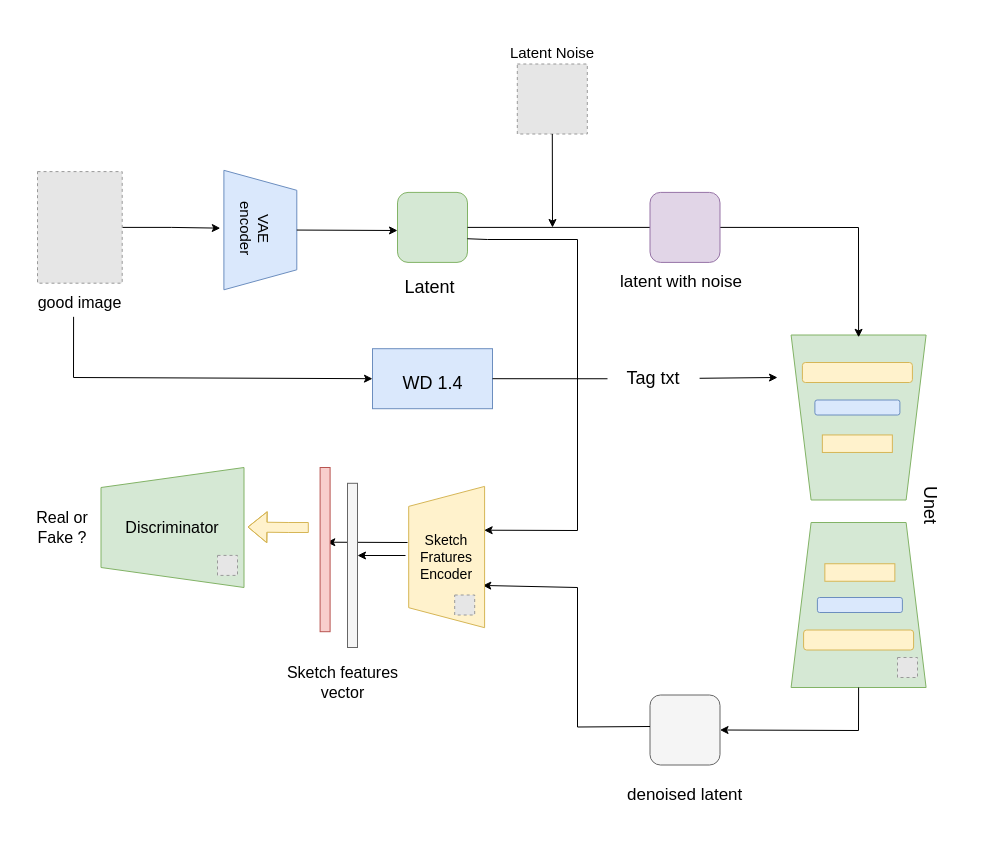
Earlier version of the draw.io diagram drawio/2025.03.04.drawio (Sinon0919/SwartArt). Source tidied: cells renumbered, new cells numbered last; positions are measured from the earlier drawing's top-left corner, leaving out a move shared by most shapes. Both pictures are drawn from the tidied source at 100%, with x=0, y=0 at pixel (17, 17). Pictures stored in the file or linked from it are replaced by grey dashed boxes.
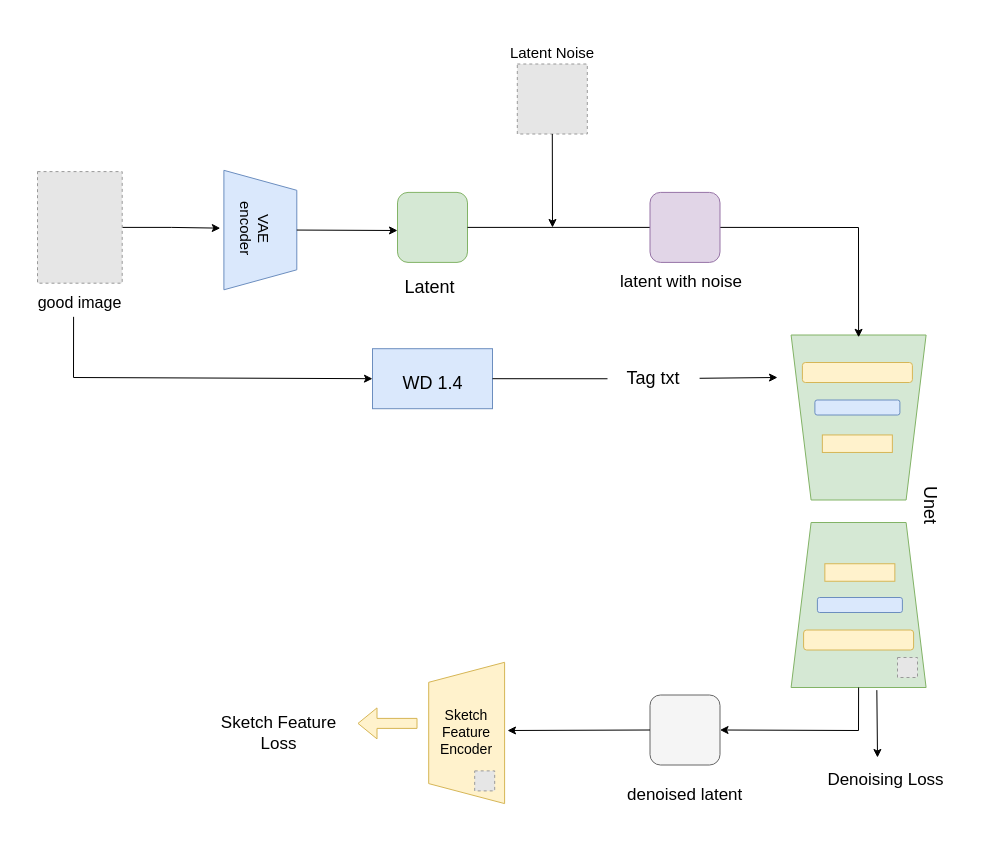
After the change.

Unchanged cells that the change refers to:
```xml
<mxCell id="9" style="rounded=1;whiteSpace=wrap;html=1;fillColor=#d5e8d4;strokeColor=#82b366;" parent="1" vertex="1">
  <mxGeometry x="380" y="174.9" width="70" height="70" as="geometry" />
</mxCell>
<mxCell id="14" style="rounded=1;whiteSpace=wrap;html=1;fillColor=#f5f5f5;strokeColor=#666666;fontColor=#333333;" parent="1" vertex="1">
  <mxGeometry x="632.5" y="677.5" width="70" height="70" as="geometry" />
</mxCell>
<mxCell id="20" style="shape=trapezoid;perimeter=trapezoidPerimeter;whiteSpace=wrap;html=1;fixedSize=1;rotation=90;fillColor=#d5e8d4;strokeColor=#82b366;direction=north;" parent="1" vertex="1">
  <mxGeometry x="758.6" y="520" width="165" height="135" as="geometry" />
</mxCell>
```

Diff of the diagram source:
```diff
@@
-    <mxCell id="26" style="endArrow=classic;html=1;rounded=0;exitX=0;exitY=0.5;exitDx=0;exitDy=0;entryX=0.299;entryY=0.976;entryDx=0;entryDy=0;entryPerimeter=0;" parent="1" edge="1" target="32">
-      <mxGeometry relative="1" as="geometry">
-        <mxPoint x="632.5" y="709" as="sourcePoint" />
-        <Array as="points">
-          <mxPoint x="560" y="709.5" />
-          <mxPoint x="560" y="570" />
-        </Array>
-      </mxGeometry>
-    </mxCell>
-    <mxCell id="27" style="shape=trapezoid;perimeter=trapezoidPerimeter;whiteSpace=wrap;html=1;fixedSize=1;direction=north;fillColor=#d5e8d4;strokeColor=#82b366;" parent="1" vertex="1">
-      <mxGeometry x="83.5" y="450" width="143" height="120" as="geometry" />
-    </mxCell>
-    <mxCell id="28" value="&lt;font style=&quot;font-size: 16px;&quot;&gt;Discriminator&lt;/font&gt;" style="text;strokeColor=none;align=center;fillColor=none;html=1;verticalAlign=middle;whiteSpace=wrap;rounded=0;" parent="1" vertex="1">
-      <mxGeometry x="90" y="488.1" width="130" height="43.8" as="geometry" />
-    </mxCell>
-    <mxCell id="29" value="&lt;font style=&quot;font-size: 16px;&quot;&gt;Real or Fake ?&lt;/font&gt;" style="text;strokeColor=none;align=center;fillColor=none;html=1;verticalAlign=middle;whiteSpace=wrap;rounded=0;" parent="1" vertex="1">
-      <mxGeometry y="475" width="90" height="70" as="geometry" />
-    </mxCell>
-    <mxCell id="30" style="endArrow=classic;html=1;rounded=0;exitX=0.998;exitY=0.662;exitDx=0;exitDy=0;exitPerimeter=0;entryX=0.69;entryY=0.994;entryDx=0;entryDy=0;entryPerimeter=0;" parent="1" edge="1" source="9" target="32">
-      <mxGeometry relative="1" as="geometry">
-        <Array as="points">
-          <mxPoint x="470" y="222" />
-          <mxPoint x="560" y="222" />
-          <mxPoint x="560" y="513" />
-        </Array>
-      </mxGeometry>
-    </mxCell>
@@
     <mxCell id="32" style="shape=trapezoid;perimeter=trapezoidPerimeter;whiteSpace=wrap;html=1;fixedSize=1;rotation=90;fillColor=#fff2cc;strokeColor=#d6b656;direction=west;" parent="1" vertex="1">
-      <mxGeometry x="358.5" y="501.6" width="141.3" height="75.9" as="geometry" />
+      <mxGeometry x="378.5" y="677.5" width="141.3" height="75.9" as="geometry" />
     </mxCell>
-    <mxCell id="33" value="&lt;font style=&quot;font-size: 14px;&quot;&gt;Sketch&lt;/font&gt;&lt;div&gt;&lt;font style=&quot;font-size: 14px;&quot;&gt;Fratures Encoder&lt;/font&gt;&lt;/div&gt;" style="text;strokeColor=none;align=center;fillColor=none;html=1;verticalAlign=middle;whiteSpace=wrap;rounded=0;textDirection=rtl;direction=west;" parent="1" vertex="1">
-      <mxGeometry x="401.2" y="522.5" width="56" height="34.1" as="geometry" />
+    <mxCell id="33" value="&lt;font style=&quot;font-size: 14px;&quot;&gt;Sketch&lt;/font&gt;&lt;div&gt;&lt;font style=&quot;font-size: 14px;&quot;&gt;Feature Encoder&lt;/font&gt;&lt;/div&gt;" style="text;strokeColor=none;align=center;fillColor=none;html=1;verticalAlign=middle;whiteSpace=wrap;rounded=0;textDirection=rtl;direction=west;" parent="1" vertex="1">
+      <mxGeometry x="421.2" y="698.4" width="56" height="34.1" as="geometry" />
     </mxCell>
-    <mxCell id="34" style="endArrow=classic;html=1;rounded=0;exitX=0.511;exitY=-0.042;exitDx=0;exitDy=0;exitPerimeter=0;" parent="1" edge="1" source="32">
-      <mxGeometry relative="1" as="geometry">
-        <mxPoint x="340" y="538" as="targetPoint" />
-      </mxGeometry>
-    </mxCell>
-    <mxCell id="35" value="&lt;font style=&quot;font-size: 16px;&quot;&gt;Sketch features vector&lt;/font&gt;" style="text;strokeColor=none;align=center;fillColor=none;html=1;verticalAlign=middle;whiteSpace=wrap;rounded=0;" parent="1" vertex="1">
-      <mxGeometry x="258.5" y="630" width="132.8" height="70" as="geometry" />
-    </mxCell>
-    <mxCell id="36" style="endArrow=classic;html=1;rounded=0;entryX=0.545;entryY=0.669;entryDx=0;entryDy=0;entryPerimeter=0;" parent="1" edge="1" target="38">
-      <mxGeometry relative="1" as="geometry">
-        <mxPoint x="390" y="525" as="sourcePoint" />
-      </mxGeometry>
-    </mxCell>
-    <mxCell id="37" style="rounded=0;whiteSpace=wrap;html=1;rotation=-180;fillColor=#f5f5f5;strokeColor=#666666;direction=south;fontColor=#333333;" parent="1" vertex="1">
-      <mxGeometry x="330" y="465.8" width="10" height="164.2" as="geometry" />
-    </mxCell>
-    <mxCell id="38" style="rounded=0;whiteSpace=wrap;html=1;rotation=-180;fillColor=#f8cecc;strokeColor=#b85450;direction=south;" parent="1" vertex="1">
-      <mxGeometry x="302.6" y="450" width="10" height="164.2" as="geometry" />
-    </mxCell>
-    <mxCell id="39" style="shape=flexArrow;endArrow=classic;html=1;rounded=0;fillColor=#fff2cc;strokeColor=#d6b656;" parent="1" edge="1">
-      <mxGeometry relative="1" as="geometry">
-        <mxPoint x="291.3" y="510" as="sourcePoint" />
-        <mxPoint x="230" y="509.5" as="targetPoint" />
-        <Array as="points">
-          <mxPoint x="271.3" y="510" />
-        </Array>
-      </mxGeometry>
-    </mxCell>
-    <mxCell id="40" style="fillColor=#E6E6E6;strokeColor=#999999;dashed=1;verticalLabelPosition=bottom;labelBackgroundColor=default;verticalAlign=top;" parent="1" vertex="1">
-      <mxGeometry x="200" y="537.9" width="20" height="20" as="geometry" />
-    </mxCell>
@@
     <mxCell id="42" style="fillColor=#E6E6E6;strokeColor=#999999;dashed=1;verticalLabelPosition=bottom;labelBackgroundColor=default;verticalAlign=top;" parent="1" vertex="1">
-      <mxGeometry x="437.2" y="577.5" width="20" height="20" as="geometry" />
+      <mxGeometry x="457.2" y="753.4" width="20" height="20" as="geometry" />
     </mxCell>
@@
+    <mxCell id="51" style="shape=flexArrow;endArrow=classic;html=1;rounded=0;fillColor=#fff2cc;strokeColor=#d6b656;" parent="1" edge="1">
+      <mxGeometry relative="1" as="geometry">
+        <mxPoint x="400" y="705.9" as="sourcePoint" />
+        <mxPoint x="340" y="705.9" as="targetPoint" />
+      </mxGeometry>
+    </mxCell>
+    <mxCell id="52" value="&lt;font style=&quot;font-size: 17px;&quot;&gt;Sketch Feature Loss&lt;/font&gt;" style="text;strokeColor=none;align=center;fillColor=none;html=1;verticalAlign=middle;whiteSpace=wrap;rounded=0;" parent="1" vertex="1">
+      <mxGeometry x="183.1" y="688.8" width="157.2" height="53.4" as="geometry" />
+    </mxCell>
+    <mxCell id="53" style="endArrow=classic;html=1;rounded=0;exitX=0;exitY=0.5;exitDx=0;exitDy=0;" parent="1" edge="1" source="14">
+      <mxGeometry relative="1" as="geometry">
+        <mxPoint x="490" y="713" as="targetPoint" />
+      </mxGeometry>
+    </mxCell>
+    <mxCell id="54" style="endArrow=classic;html=1;rounded=0;exitX=0.635;exitY=1.016;exitDx=0;exitDy=0;exitPerimeter=0;" parent="1" edge="1" source="20">
+      <mxGeometry relative="1" as="geometry">
+        <mxPoint x="860" y="740" as="targetPoint" />
+      </mxGeometry>
+    </mxCell>
+    <mxCell id="55" value="&lt;font style=&quot;font-size: 17px;&quot;&gt;Denoising Loss&lt;/font&gt;" style="text;strokeColor=none;align=center;fillColor=none;html=1;verticalAlign=middle;whiteSpace=wrap;rounded=0;" parent="1" vertex="1">
+      <mxGeometry x="800" y="734.7" width="137.2" height="57.5" as="geometry" />
+    </mxCell>
```
